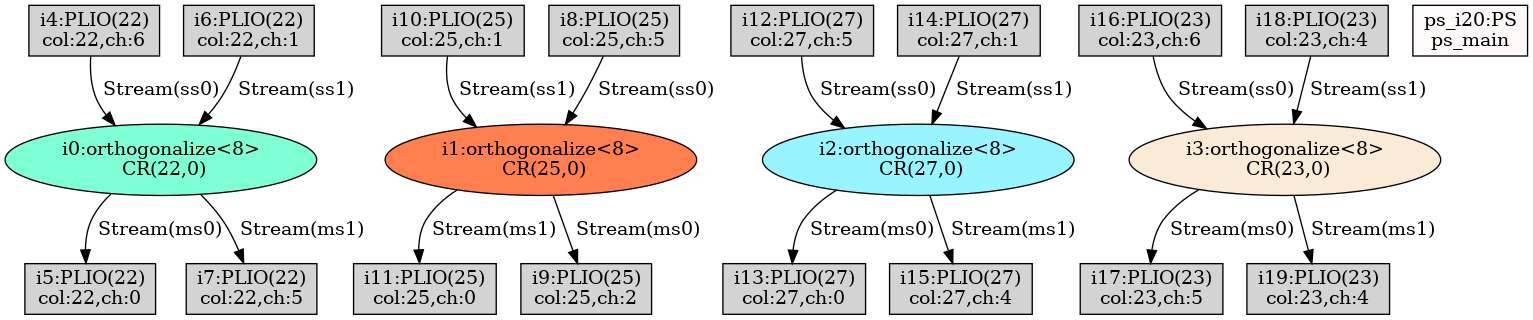
lxy-littlechai/SVD keeps this Graphviz diagram as Jacobi_AIE_Scalar/Work/reports/TopGraph_mapped_post.png. Above is the earlier version. Its source is kept beside it as Jacobi_AIE_Scalar/Work/temp/TopGraph_mapped_post.dot.
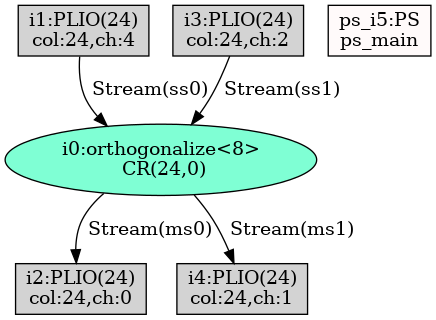
After the change.

What changed in the source:
```diff
@@ -1,40 +1,13 @@
 digraph G {
-"i0:orthogonalize<8>\n CR(22,0)"[style=filled, fillcolor=aquamarine];
-"i1:orthogonalize<8>\n CR(25,0)"[style=filled, fillcolor=coral];
-"i10:PLIO(25)\ncol:25,ch:1"[shape=box, style=filled, fillcolor=lightgrey];
-"i11:PLIO(25)\ncol:25,ch:0"[shape=box, style=filled, fillcolor=lightgrey];
-"i12:PLIO(27)\ncol:27,ch:5"[shape=box, style=filled, fillcolor=lightgrey];
-"i13:PLIO(27)\ncol:27,ch:0"[shape=box, style=filled, fillcolor=lightgrey];
-"i14:PLIO(27)\ncol:27,ch:1"[shape=box, style=filled, fillcolor=lightgrey];
-"i15:PLIO(27)\ncol:27,ch:4"[shape=box, style=filled, fillcolor=lightgrey];
-"i16:PLIO(23)\ncol:23,ch:6"[shape=box, style=filled, fillcolor=lightgrey];
-"i17:PLIO(23)\ncol:23,ch:5"[shape=box, style=filled, fillcolor=lightgrey];
-"i18:PLIO(23)\ncol:23,ch:4"[shape=box, style=filled, fillcolor=lightgrey];
-"i19:PLIO(23)\ncol:23,ch:4"[shape=box, style=filled, fillcolor=lightgrey];
-"i2:orthogonalize<8>\n CR(27,0)"[style=filled, fillcolor=cadetblue1];
-"i3:orthogonalize<8>\n CR(23,0)"[style=filled, fillcolor=antiquewhite];
-"i4:PLIO(22)\ncol:22,ch:6"[shape=box, style=filled, fillcolor=lightgrey];
-"i5:PLIO(22)\ncol:22,ch:0"[shape=box, style=filled, fillcolor=lightgrey];
-"i6:PLIO(22)\ncol:22,ch:1"[shape=box, style=filled, fillcolor=lightgrey];
-"i7:PLIO(22)\ncol:22,ch:5"[shape=box, style=filled, fillcolor=lightgrey];
-"i8:PLIO(25)\ncol:25,ch:5"[shape=box, style=filled, fillcolor=lightgrey];
-"i9:PLIO(25)\ncol:25,ch:2"[shape=box, style=filled, fillcolor=lightgrey];
-"ps_i20:PS\nps_main"[shape=box, style=filled, fillcolor=snow];
-"i4:PLIO(22)\ncol:22,ch:6" -> "i0:orthogonalize<8>\n CR(22,0)"[label=" Stream(ss0)"];
-"i6:PLIO(22)\ncol:22,ch:1" -> "i0:orthogonalize<8>\n CR(22,0)"[label=" Stream(ss1)"];
-"i0:orthogonalize<8>\n CR(22,0)" -> "i5:PLIO(22)\ncol:22,ch:0"[label=" Stream(ms0)"];
-"i0:orthogonalize<8>\n CR(22,0)" -> "i7:PLIO(22)\ncol:22,ch:5"[label=" Stream(ms1)"];
-"i8:PLIO(25)\ncol:25,ch:5" -> "i1:orthogonalize<8>\n CR(25,0)"[label=" Stream(ss0)"];
-"i10:PLIO(25)\ncol:25,ch:1" -> "i1:orthogonalize<8>\n CR(25,0)"[label=" Stream(ss1)"];
-"i1:orthogonalize<8>\n CR(25,0)" -> "i9:PLIO(25)\ncol:25,ch:2"[label=" Stream(ms0)"];
-"i1:orthogonalize<8>\n CR(25,0)" -> "i11:PLIO(25)\ncol:25,ch:0"[label=" Stream(ms1)"];
-"i12:PLIO(27)\ncol:27,ch:5" -> "i2:orthogonalize<8>\n CR(27,0)"[label=" Stream(ss0)"];
-"i14:PLIO(27)\ncol:27,ch:1" -> "i2:orthogonalize<8>\n CR(27,0)"[label=" Stream(ss1)"];
-"i2:orthogonalize<8>\n CR(27,0)" -> "i13:PLIO(27)\ncol:27,ch:0"[label=" Stream(ms0)"];
-"i2:orthogonalize<8>\n CR(27,0)" -> "i15:PLIO(27)\ncol:27,ch:4"[label=" Stream(ms1)"];
-"i16:PLIO(23)\ncol:23,ch:6" -> "i3:orthogonalize<8>\n CR(23,0)"[label=" Stream(ss0)"];
-"i18:PLIO(23)\ncol:23,ch:4" -> "i3:orthogonalize<8>\n CR(23,0)"[label=" Stream(ss1)"];
-"i3:orthogonalize<8>\n CR(23,0)" -> "i17:PLIO(23)\ncol:23,ch:5"[label=" Stream(ms0)"];
-"i3:orthogonalize<8>\n CR(23,0)" -> "i19:PLIO(23)\ncol:23,ch:4"[label=" Stream(ms1)"];
+"i0:orthogonalize<8>\n CR(24,0)"[style=filled, fillcolor=aquamarine];
+"i1:PLIO(24)\ncol:24,ch:4"[shape=box, style=filled, fillcolor=lightgrey];
+"i2:PLIO(24)\ncol:24,ch:0"[shape=box, style=filled, fillcolor=lightgrey];
+"i3:PLIO(24)\ncol:24,ch:2"[shape=box, style=filled, fillcolor=lightgrey];
+"i4:PLIO(24)\ncol:24,ch:1"[shape=box, style=filled, fillcolor=lightgrey];
+"ps_i5:PS\nps_main"[shape=box, style=filled, fillcolor=snow];
+"i1:PLIO(24)\ncol:24,ch:4" -> "i0:orthogonalize<8>\n CR(24,0)"[label=" Stream(ss0)"];
+"i3:PLIO(24)\ncol:24,ch:2" -> "i0:orthogonalize<8>\n CR(24,0)"[label=" Stream(ss1)"];
+"i0:orthogonalize<8>\n CR(24,0)" -> "i2:PLIO(24)\ncol:24,ch:0"[label=" Stream(ms0)"];
+"i0:orthogonalize<8>\n CR(24,0)" -> "i4:PLIO(24)\ncol:24,ch:1"[label=" Stream(ms1)"];
 
  }
```
